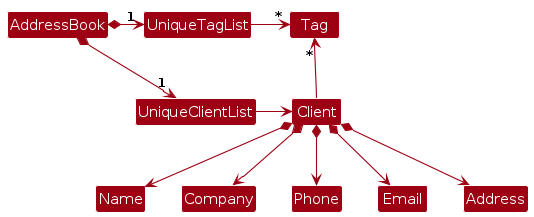
The PlantUML diagram diagrams/BetterModelClassDiagram.png in trpmy/tp, before a commit. Its source is kept beside it as diagrams/BetterModelClassDiagram.puml.
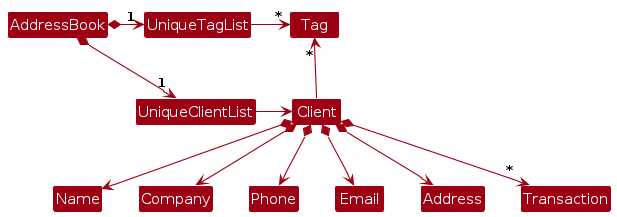
The same diagram one commit later.

Change to the diagram source:
```diff
@@ -19,4 +19,5 @@
 Client *--> Phone
 Client *--> Email
 Client *--> Address
+Client *--> "*" Transaction
 @enduml
```
